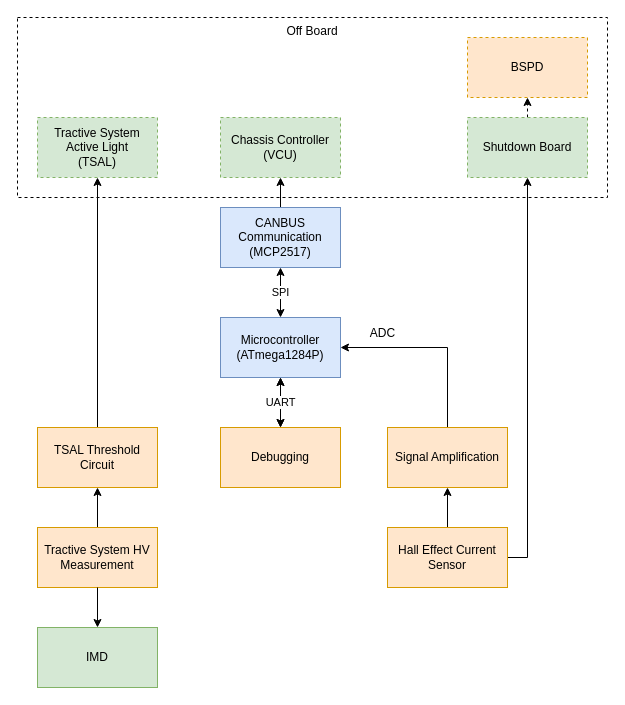
Above: HV Board System Diagram.drawio in QUT-Motorsport/QUTMS_HVBoard (draw.io), before the change. Source tidied: cells renumbered, new cells numbered last; positions are measured from the earlier drawing's top-left corner, leaving out a move shared by most shapes. Both pictures are drawn from the tidied source at 100%, with x=0, y=0 at pixel (17, 17).
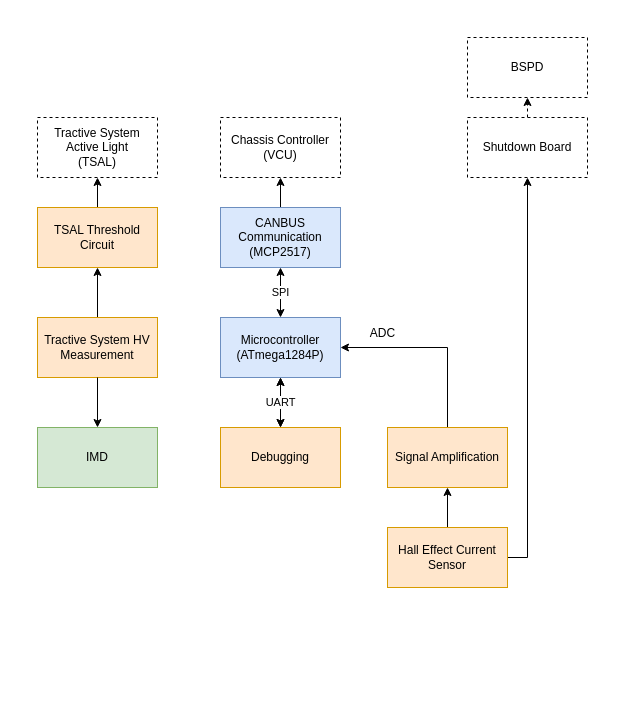
After the change.

The edit, as a diff of the source:
```diff
@@
-    <mxCell id="2" value="Off Board" style="rounded=0;whiteSpace=wrap;html=1;dashed=1;verticalAlign=top;" parent="1" vertex="1">
-      <mxGeometry width="590" height="180" as="geometry" />
-    </mxCell>
@@
-    <mxCell id="13" value="Shutdown Board" style="rounded=0;whiteSpace=wrap;html=1;dashed=1;fillColor=#d5e8d4;strokeColor=#82b366;" parent="1" vertex="1">
+    <mxCell id="13" value="Shutdown Board" style="rounded=0;whiteSpace=wrap;html=1;dashed=1;" parent="1" vertex="1">
       <mxGeometry x="450" y="100" width="120" height="60" as="geometry" />
     </mxCell>
@@
     <mxCell id="17" value="Tractive System HV Measurement" style="rounded=0;whiteSpace=wrap;html=1;fillColor=#ffe6cc;strokeColor=#d79b00;" parent="1" vertex="1">
-      <mxGeometry x="20" y="510" width="120" height="60" as="geometry" />
+      <mxGeometry x="20" y="300" width="120" height="60" as="geometry" />
     </mxCell>
@@
     <mxCell id="19" value="TSAL Threshold Circuit" style="rounded=0;whiteSpace=wrap;html=1;fillColor=#ffe6cc;strokeColor=#d79b00;" parent="1" vertex="1">
-      <mxGeometry x="20" y="410" width="120" height="60" as="geometry" />
+      <mxGeometry x="20" y="190" width="120" height="60" as="geometry" />
     </mxCell>
-    <mxCell id="20" value="BSPD" style="rounded=0;whiteSpace=wrap;html=1;dashed=1;fillColor=#ffe6cc;strokeColor=#d79b00;" parent="1" vertex="1">
+    <mxCell id="20" value="BSPD" style="rounded=0;whiteSpace=wrap;html=1;dashed=1;" parent="1" vertex="1">
       <mxGeometry x="450" y="20" width="120" height="60" as="geometry" />
     </mxCell>
-    <mxCell id="21" value="Tractive System Active Light&lt;br&gt;(TSAL)" style="rounded=0;whiteSpace=wrap;html=1;dashed=1;fillColor=#d5e8d4;strokeColor=#82b366;" parent="1" vertex="1">
+    <mxCell id="21" value="Tractive System Active Light&lt;br&gt;(TSAL)" style="rounded=0;whiteSpace=wrap;html=1;dashed=1;" parent="1" vertex="1">
       <mxGeometry x="20" y="100" width="120" height="60" as="geometry" />
     </mxCell>
-    <mxCell id="22" value="Chassis Controller&lt;br&gt;(VCU)" style="rounded=1;whiteSpace=wrap;html=1;dashed=1;arcSize=0;fillColor=#d5e8d4;strokeColor=#82b366;" parent="1" vertex="1">
+    <mxCell id="22" value="Chassis Controller&lt;br&gt;(VCU)" style="rounded=1;whiteSpace=wrap;html=1;dashed=1;arcSize=0;" parent="1" vertex="1">
       <mxGeometry x="203" y="100" width="120" height="60" as="geometry" />
     </mxCell>
@@
     <mxCell id="24" value="IMD" style="rounded=0;whiteSpace=wrap;html=1;fillColor=#d5e8d4;strokeColor=#82b366;" parent="1" vertex="1">
-      <mxGeometry x="20" y="610" width="120" height="60" as="geometry" />
+      <mxGeometry x="20" y="410" width="120" height="60" as="geometry" />
     </mxCell>
```
